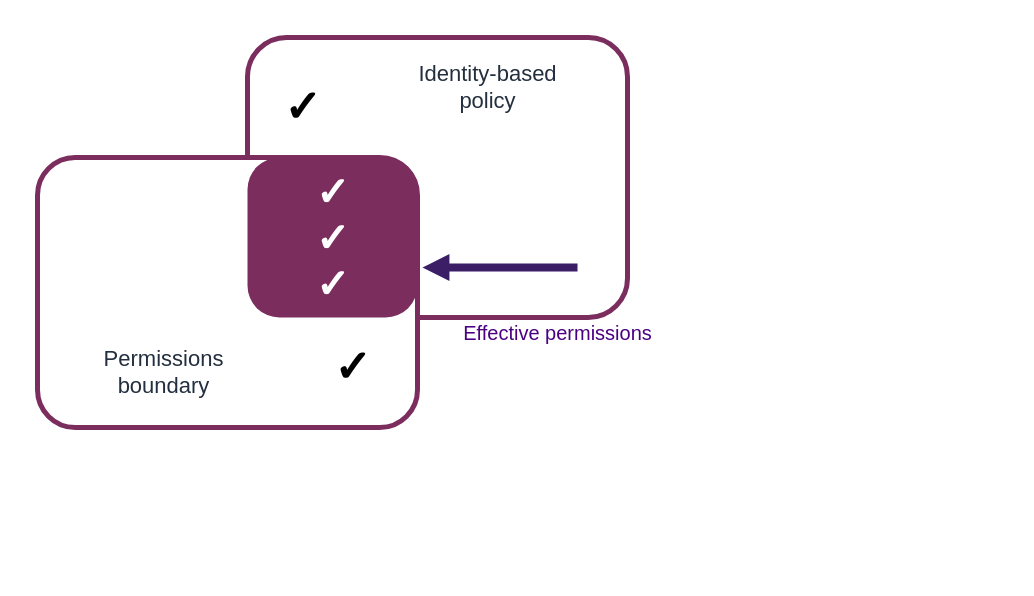
Before: scripts/sec-eng-aws/diagrams/src/m02-permissions-boundary-effective.drawio in schinchli/katalyst-lms-web, a draw.io diagram. Source tidied: cells renumbered, new cells numbered last; positions are measured from the earlier drawing's top-left corner, leaving out a move shared by most shapes. Both pictures are drawn from the tidied source at 100%, with x=0, y=0 at pixel (37, 37).
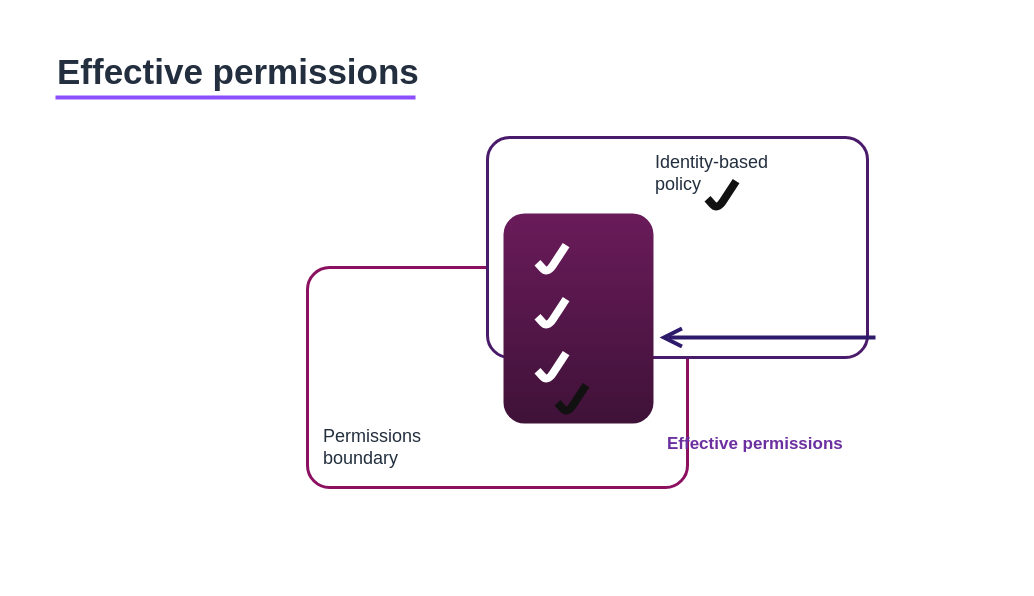
The same page after the edit.

The edit, as a diff of the source:
```diff
@@
-    <mxCell id="2" style="rounded=1;whiteSpace=wrap;html=1;fillColor=#FFFFFF;strokeColor=#7B2D5E;strokeWidth=5;arcSize=14;" parent="1" vertex="1">
-      <mxGeometry x="210" width="380" height="280" as="geometry" />
-    </mxCell>
+    <mxCell id="14" style="rounded=0;whiteSpace=wrap;html=1;fillColor=#FFFFFF;strokeColor=none;" parent="1" vertex="1">
+      <mxGeometry x="-20" y="-20" width="1000" height="562" as="geometry" />
+    </mxCell>
+    <mxCell id="15" value="Effective permissions" style="text;html=1;align=left;verticalAlign=middle;fontSize=35;fontFamily=Amazon Ember;fontColor=#232F3E;fontStyle=1;" parent="1" vertex="1">
+      <mxGeometry x="18" y="10" width="760" height="48" as="geometry" />
+    </mxCell>
+    <mxCell id="16" style="rounded=0;html=1;fillColor=#8C4FFF;strokeColor=none;" parent="1" vertex="1">
+      <mxGeometry x="18" y="58" width="360" height="4" as="geometry" />
+    </mxCell>
+    <mxCell id="17" style="rounded=1;arcSize=10;html=1;fillColor=#FFFFFF;strokeColor=#8C1060;strokeWidth=3;" parent="1" vertex="1">
+      <mxGeometry x="270" y="230" width="380" height="220" as="geometry" />
+    </mxCell>
+    <mxCell id="6" value="Permissions&#10;boundary" style="text;html=1;align=left;verticalAlign=middle;fontSize=18;fontFamily=Amazon Ember;fontColor=#232F3E;" parent="1" vertex="1">
+      <mxGeometry x="284" y="388" width="170" height="44" as="geometry" />
+    </mxCell>
+    <mxCell id="18" style="rounded=1;arcSize=10;html=1;fillColor=#FFFFFF;strokeColor=#4A1A6B;strokeWidth=3;" parent="1" vertex="1">
+      <mxGeometry x="450" y="100" width="380" height="220" as="geometry" />
+    </mxCell>
-    <mxCell id="3" value="Identity-based&lt;br&gt;policy" style="text;html=1;align=center;verticalAlign=middle;fontSize=22;fontColor=#232F3E;" parent="1" vertex="1">
-      <mxGeometry x="340" y="15" width="220" height="70" as="geometry" />
+    <mxCell id="3" value="Identity-based&#10;policy" style="text;html=1;align=left;verticalAlign=middle;fontSize=18;fontFamily=Amazon Ember;fontColor=#232F3E;" parent="1" vertex="1">
+      <mxGeometry x="616" y="114" width="200" height="44" as="geometry" />
     </mxCell>
-    <mxCell id="4" value="✓" style="text;html=1;align=center;verticalAlign=middle;fontSize=44;fontStyle=1;fontColor=#000000;" parent="1" vertex="1">
-      <mxGeometry x="230" y="40" width="70" height="60" as="geometry" />
-    </mxCell>
-    <mxCell id="5" style="rounded=1;whiteSpace=wrap;html=1;fillColor=#FFFFFF;strokeColor=#7B2D5E;strokeWidth=5;arcSize=14;" parent="1" vertex="1">
-      <mxGeometry y="120" width="380" height="270" as="geometry" />
-    </mxCell>
-    <mxCell id="6" value="Permissions&lt;br&gt;boundary" style="text;html=1;align=center;verticalAlign=middle;fontSize=22;fontColor=#232F3E;" parent="1" vertex="1">
-      <mxGeometry x="16" y="300" width="220" height="70" as="geometry" />
-    </mxCell>
-    <mxCell id="7" value="✓" style="text;html=1;align=center;verticalAlign=middle;fontSize=44;fontStyle=1;fontColor=#000000;" parent="1" vertex="1">
-      <mxGeometry x="280" y="300" width="70" height="60" as="geometry" />
-    </mxCell>
-    <mxCell id="8" style="rounded=1;whiteSpace=wrap;html=1;fillColor=#7B2D5E;strokeColor=none;arcSize=20;" parent="1" vertex="1">
-      <mxGeometry x="210" y="120" width="170" height="160" as="geometry" />
-    </mxCell>
-    <mxCell id="9" value="✓" style="text;html=1;align=center;verticalAlign=middle;fontSize=40;fontStyle=1;fontColor=#FFFFFF;" parent="1" vertex="1">
-      <mxGeometry x="260" y="130" width="70" height="48" as="geometry" />
-    </mxCell>
-    <mxCell id="10" value="✓" style="text;html=1;align=center;verticalAlign=middle;fontSize=40;fontStyle=1;fontColor=#FFFFFF;" parent="1" vertex="1">
-      <mxGeometry x="260" y="176" width="70" height="48" as="geometry" />
-    </mxCell>
-    <mxCell id="11" value="✓" style="text;html=1;align=center;verticalAlign=middle;fontSize=40;fontStyle=1;fontColor=#FFFFFF;" parent="1" vertex="1">
-      <mxGeometry x="260" y="222" width="70" height="48" as="geometry" />
-    </mxCell>
+    <mxCell id="19" style="rounded=1;arcSize=14;html=1;fillColor=#6A1B5A;gradientColor=#3F1238;gradientDirection=south;strokeColor=none;" parent="1" vertex="1">
+      <mxGeometry x="466" y="176" width="150" height="210" as="geometry" />
+    </mxCell>
+    <mxCell id="20" style="endArrow=none;startArrow=none;html=1;rounded=1;strokeColor=#FFFFFF;strokeWidth=8;" parent="1" edge="1">
+      <mxGeometry relative="1" as="geometry">
+        <mxPoint x="500" y="225.2" as="sourcePoint" />
+        <mxPoint x="528.6" y="207.6" as="targetPoint" />
+        <Array as="points">
+          <mxPoint x="509.9" y="236.2" />
+        </Array>
+      </mxGeometry>
+    </mxCell>
+    <mxCell id="21" style="endArrow=none;startArrow=none;html=1;rounded=1;strokeColor=#FFFFFF;strokeWidth=8;" parent="1" edge="1">
+      <mxGeometry relative="1" as="geometry">
+        <mxPoint x="500" y="279.2" as="sourcePoint" />
+        <mxPoint x="528.6" y="261.6" as="targetPoint" />
+        <Array as="points">
+          <mxPoint x="509.9" y="290.2" />
+        </Array>
+      </mxGeometry>
+    </mxCell>
+    <mxCell id="22" style="endArrow=none;startArrow=none;html=1;rounded=1;strokeColor=#FFFFFF;strokeWidth=8;" parent="1" edge="1">
+      <mxGeometry relative="1" as="geometry">
+        <mxPoint x="500" y="333.2" as="sourcePoint" />
+        <mxPoint x="528.6" y="315.6" as="targetPoint" />
+        <Array as="points">
+          <mxPoint x="509.9" y="344.2" />
+        </Array>
+      </mxGeometry>
+    </mxCell>
+    <mxCell id="23" style="endArrow=none;startArrow=none;html=1;rounded=1;strokeColor=#111111;strokeWidth=8;" parent="1" edge="1">
+      <mxGeometry relative="1" as="geometry">
+        <mxPoint x="670" y="161.2" as="sourcePoint" />
+        <mxPoint x="698.6" y="143.6" as="targetPoint" />
+        <Array as="points">
+          <mxPoint x="679.9" y="172.2" />
+        </Array>
+      </mxGeometry>
+    </mxCell>
+    <mxCell id="24" style="endArrow=none;startArrow=none;html=1;rounded=1;strokeColor=#111111;strokeWidth=8;" parent="1" edge="1">
+      <mxGeometry relative="1" as="geometry">
+        <mxPoint x="520" y="365.2" as="sourcePoint" />
+        <mxPoint x="548.6" y="347.6" as="targetPoint" />
+        <Array as="points">
+          <mxPoint x="529.9" y="376.2" />
+        </Array>
+      </mxGeometry>
+    </mxCell>
-    <mxCell id="12" style="endArrow=block;html=1;strokeColor=#3B1E66;strokeWidth=8;endFill=1;" parent="1" edge="1">
+    <mxCell id="12" style="endArrow=open;endSize=14;startArrow=none;html=1;rounded=0;strokeColor=#2E1A6B;strokeWidth=4;" parent="1" edge="1">
       <mxGeometry relative="1" as="geometry">
-        <mxPoint x="540" y="230" as="sourcePoint" />
-        <mxPoint x="385" y="230" as="targetPoint" />
+        <mxPoint x="838" y="300" as="sourcePoint" />
+        <mxPoint x="622" y="300" as="targetPoint" />
       </mxGeometry>
     </mxCell>
-    <mxCell id="13" value="Effective permissions" style="text;html=1;align=center;verticalAlign=middle;fontSize=20;fontColor=#4B0082;" parent="1" vertex="1">
-      <mxGeometry x="360" y="280" width="320" height="30" as="geometry" />
-    </mxCell>
+    <mxCell id="25" value="Effective permissions" style="text;html=1;align=left;verticalAlign=middle;fontSize=17;fontFamily=Amazon Ember;fontColor=#6B2FA0;fontStyle=1;" parent="1" vertex="1">
+      <mxGeometry x="628" y="394" width="240" height="26" as="geometry" />
+    </mxCell>
```
